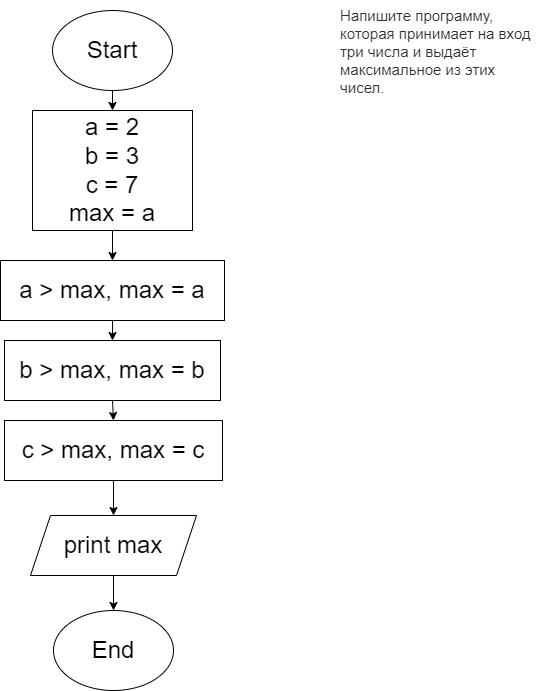
The draw.io diagram Task102/diagram.drawio.png in DmitriyMorin/HomeWork, before a commit. Source tidied: cells renumbered, new cells last; positions are measured from the earlier drawing's top-left corner, leaving out a move shared by most shapes.
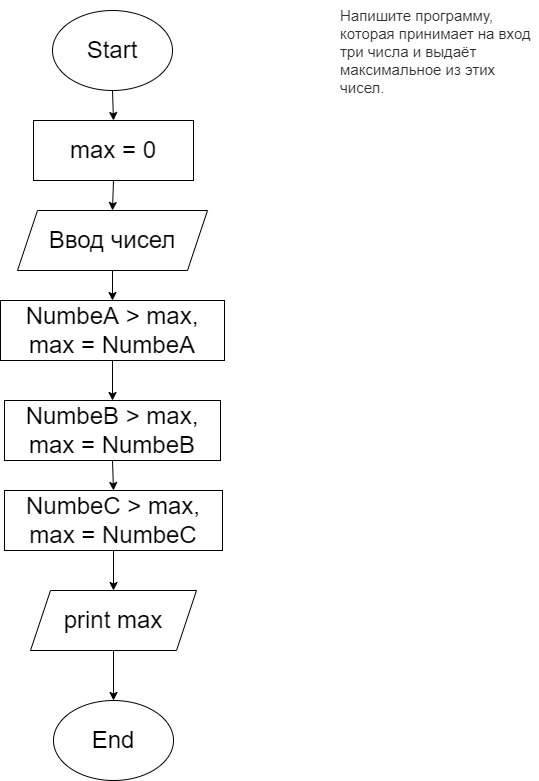
Later version of the same file.

Change to the diagram source:
```diff
@@ -11,38 +11,44 @@
     <mxCell id="4" value="Start" style="ellipse;whiteSpace=wrap;html=1;fontSize=24;" parent="1" vertex="1">
       <mxGeometry x="52" y="10" width="120" height="80" as="geometry" />
     </mxCell>
-    <mxCell id="5" style="edgeStyle=none;html=1;exitX=0.5;exitY=1;exitDx=0;exitDy=0;entryX=0.5;entryY=0;entryDx=0;entryDy=0;fontSize=24;" parent="1" edge="1" source="6" target="8">
-      <mxGeometry relative="1" as="geometry" />
-    </mxCell>
+    <mxCell id="16" style="edgeStyle=none;html=1;exitX=0.5;exitY=1;exitDx=0;exitDy=0;entryX=0.5;entryY=0;entryDx=0;entryDy=0;fontSize=24;" parent="1" edge="1" source="6" target="18">
+      <mxGeometry relative="1" as="geometry" />
+    </mxCell>
-    <mxCell id="6" value="a = 2&lt;br&gt;b = 3&lt;br&gt;c = 7&lt;br&gt;max = a" style="rounded=0;whiteSpace=wrap;html=1;fontSize=24;" parent="1" vertex="1">
-      <mxGeometry x="32" y="110" width="160" height="120" as="geometry" />
+    <mxCell id="6" value="max = 0" style="rounded=0;whiteSpace=wrap;html=1;fontSize=24;" parent="1" vertex="1">
+      <mxGeometry x="33" y="120" width="160" height="60" as="geometry" />
     </mxCell>
     <mxCell id="7" style="edgeStyle=none;html=1;exitX=0.5;exitY=1;exitDx=0;exitDy=0;entryX=0.5;entryY=0;entryDx=0;entryDy=0;fontSize=24;" parent="1" edge="1" source="8" target="13">
       <mxGeometry relative="1" as="geometry" />
     </mxCell>
-    <mxCell id="8" value="a &amp;gt; max, max = a" style="rounded=0;whiteSpace=wrap;html=1;fontSize=24;" parent="1" vertex="1">
-      <mxGeometry y="260" width="224" height="60" as="geometry" />
+    <mxCell id="8" value="NumbeA &amp;gt; max, max = NumbeA" style="rounded=0;whiteSpace=wrap;html=1;fontSize=24;" parent="1" vertex="1">
+      <mxGeometry y="300" width="224" height="60" as="geometry" />
     </mxCell>
     <mxCell id="9" style="edgeStyle=none;html=1;exitX=0.5;exitY=1;exitDx=0;exitDy=0;entryX=0.5;entryY=0;entryDx=0;entryDy=0;fontSize=24;" parent="1" edge="1" source="10" target="11">
       <mxGeometry relative="1" as="geometry" />
     </mxCell>
     <mxCell id="10" value="print max" style="shape=parallelogram;perimeter=parallelogramPerimeter;whiteSpace=wrap;html=1;fixedSize=1;fontSize=24;" parent="1" vertex="1">
-      <mxGeometry x="30" y="515" width="166" height="60" as="geometry" />
+      <mxGeometry x="30" y="590" width="166" height="60" as="geometry" />
     </mxCell>
     <mxCell id="11" value="End" style="ellipse;whiteSpace=wrap;html=1;fontSize=24;" parent="1" vertex="1">
-      <mxGeometry x="53" y="610" width="120" height="80" as="geometry" />
+      <mxGeometry x="53" y="700" width="120" height="80" as="geometry" />
     </mxCell>
     <mxCell id="12" style="edgeStyle=none;html=1;exitX=0.5;exitY=1;exitDx=0;exitDy=0;entryX=0.5;entryY=0;entryDx=0;entryDy=0;fontSize=24;" parent="1" edge="1" source="13" target="15">
       <mxGeometry relative="1" as="geometry" />
     </mxCell>
-    <mxCell id="13" value="b &amp;gt; max, max = b" style="rounded=0;whiteSpace=wrap;html=1;fontSize=24;" parent="1" vertex="1">
-      <mxGeometry x="4" y="340" width="216" height="60" as="geometry" />
+    <mxCell id="13" value="NumbeB &amp;gt; max, max = NumbeB" style="rounded=0;whiteSpace=wrap;html=1;fontSize=24;" parent="1" vertex="1">
+      <mxGeometry x="4" y="400" width="216" height="60" as="geometry" />
     </mxCell>
     <mxCell id="14" style="edgeStyle=none;html=1;exitX=0.5;exitY=1;exitDx=0;exitDy=0;entryX=0.5;entryY=0;entryDx=0;entryDy=0;fontSize=24;" parent="1" edge="1" source="15" target="10">
       <mxGeometry relative="1" as="geometry" />
     </mxCell>
-    <mxCell id="15" value="c &amp;gt; max, max = c" style="rounded=0;whiteSpace=wrap;html=1;fontSize=24;" parent="1" vertex="1">
-      <mxGeometry x="4" y="420" width="218" height="60" as="geometry" />
+    <mxCell id="15" value="NumbeC &amp;gt; max, max = NumbeC" style="rounded=0;whiteSpace=wrap;html=1;fontSize=24;" parent="1" vertex="1">
+      <mxGeometry x="4" y="490" width="218" height="60" as="geometry" />
     </mxCell>
+    <mxCell id="17" style="edgeStyle=none;html=1;exitX=0.5;exitY=1;exitDx=0;exitDy=0;entryX=0.5;entryY=0;entryDx=0;entryDy=0;fontSize=24;" parent="1" edge="1" source="18" target="8">
+      <mxGeometry relative="1" as="geometry" />
+    </mxCell>
+    <mxCell id="18" value="Ввод чисел" style="shape=parallelogram;perimeter=parallelogramPerimeter;whiteSpace=wrap;html=1;fixedSize=1;fontSize=24;" parent="1" vertex="1">
+      <mxGeometry x="17" y="210" width="190" height="60" as="geometry" />
+    </mxCell>
   </root>
 </mxGraphModel>
```
